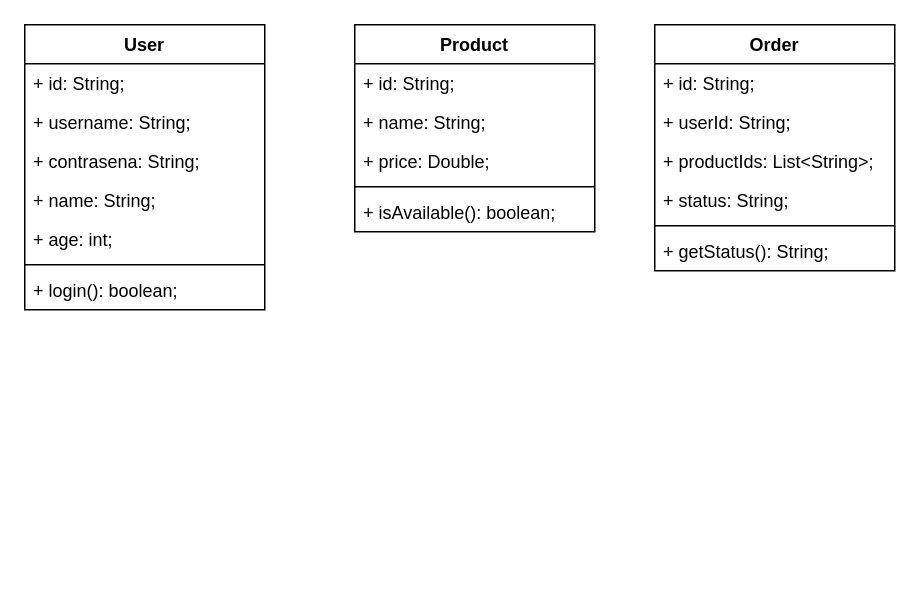
Above: EXTRA_RESOURCES/GCA/input/class.drawio in felipedelosh/SpringBOOTBlankProject (draw.io), before the change. Source tidied: cells renumbered, new cells numbered last; positions are measured from the earlier drawing's top-left corner, leaving out a move shared by most shapes. Both pictures are drawn from the tidied source at 150%, with x=0, y=0 at pixel (24, 24).
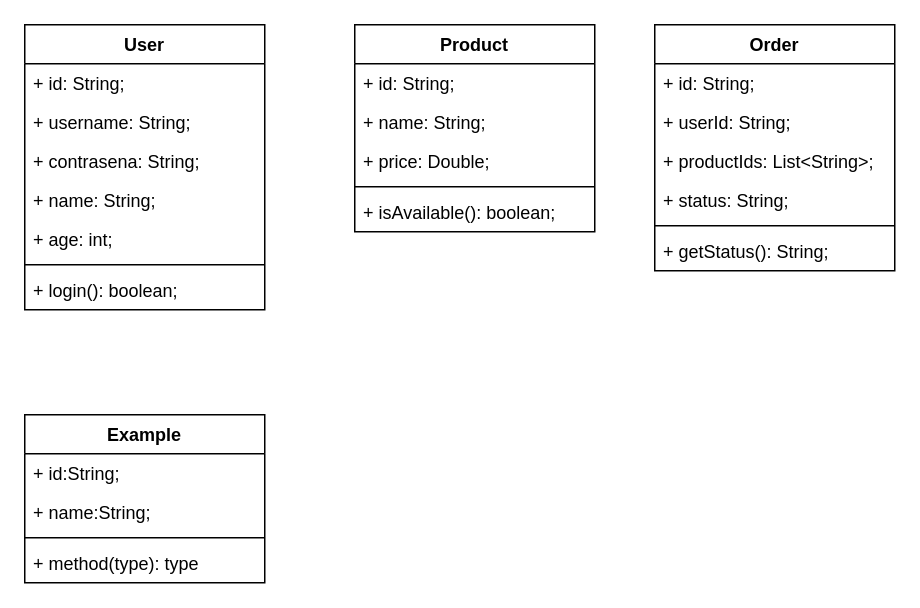
After the change.

Diff of the diagram source:
```diff
@@
+    <mxCell id="23" value="Example" style="swimlane;fontStyle=1;align=center;verticalAlign=top;horizontal=1;startSize=26;" parent="1" vertex="1">
+      <mxGeometry y="260" width="160" height="112" as="geometry" />
+    </mxCell>
+    <mxCell id="24" value="+ id:String;" style="text;strokeColor=none;fillColor=none;align=left;verticalAlign=top;spacingLeft=4;spacingRight=4;overflow=hidden;" parent="23" vertex="1">
+      <mxGeometry y="26" width="160" height="26" as="geometry" />
+    </mxCell>
+    <mxCell id="25" value="+ name:String;" style="text;strokeColor=none;fillColor=none;align=left;verticalAlign=top;spacingLeft=4;spacingRight=4;overflow=hidden;" parent="23" vertex="1">
+      <mxGeometry y="52" width="160" height="26" as="geometry" />
+    </mxCell>
+    <mxCell id="26" style="line;strokeWidth=1;fillColor=none;align=left;verticalAlign=middle;spacingTop=-1;spacingLeft=3;spacingRight=3;labelPosition=right;strokeColor=inherit;" parent="23" vertex="1">
+      <mxGeometry y="78" width="160" height="8" as="geometry" />
+    </mxCell>
+    <mxCell id="27" value="+ method(type): type" style="text;strokeColor=none;fillColor=none;align=left;verticalAlign=top;spacingLeft=4;spacingRight=4;overflow=hidden;" parent="23" vertex="1">
+      <mxGeometry y="86" width="160" height="26" as="geometry" />
+    </mxCell>
```
